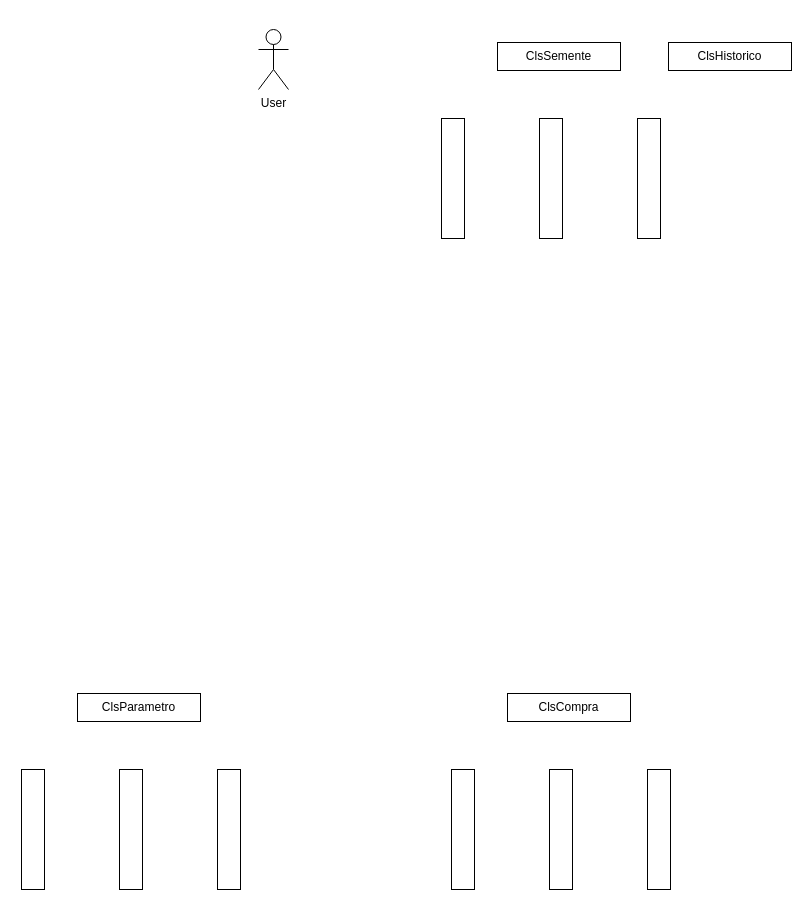
This is page "Página-6" (6 of 6) of Tarefa1.drawio from ZardsMK/Trabahlo-DrawIO, a draw.io file, before an edit. Source tidied: cells renumbered, new cells numbered last; positions are measured from the earlier drawing's top-left corner, leaving out a move shared by most shapes. Both pictures are drawn from the tidied source at 100%, with x=0, y=0 at pixel (21, 29).
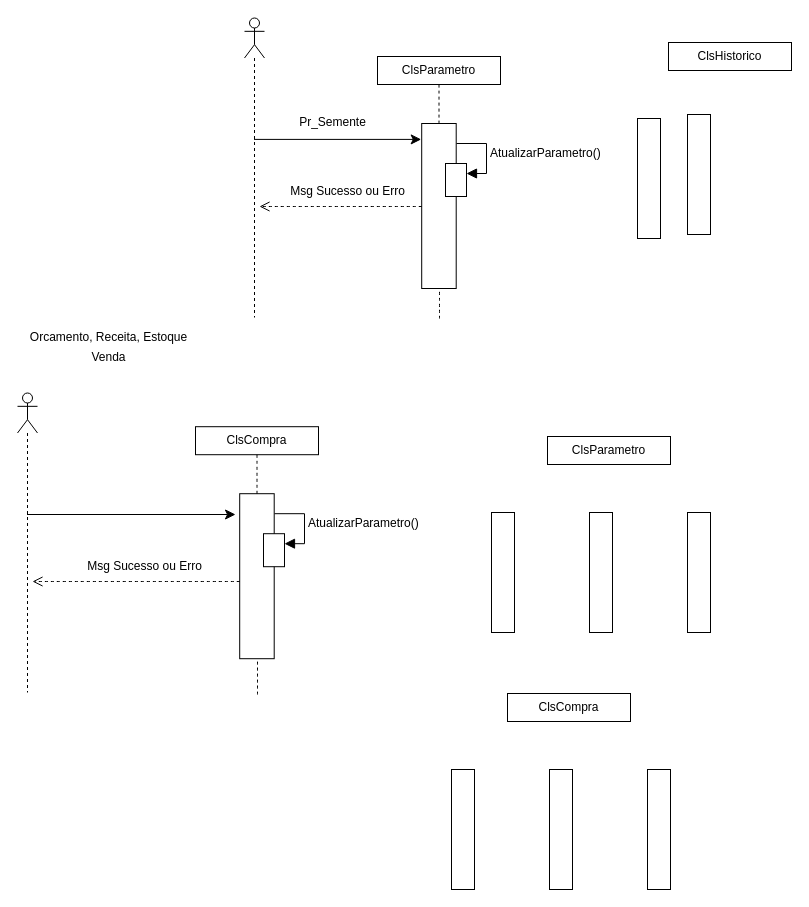
The same diagram, later.

The edit, as a diff of the source:
```diff
@@
-    <mxCell id="2" value="ClsSemente" style="html=1;whiteSpace=wrap;" parent="1" vertex="1">
-      <mxGeometry x="476" y="13" width="123" height="28" as="geometry" />
+    <mxCell id="2" value="ClsParametro" style="html=1;whiteSpace=wrap;" parent="1" vertex="1">
+      <mxGeometry x="356" y="27" width="123" height="28" as="geometry" />
     </mxCell>
     <mxCell id="3" style="html=1;points=[[0,0,0,0,5],[0,1,0,0,-5],[1,0,0,0,5],[1,1,0,0,-5]];perimeter=orthogonalPerimeter;outlineConnect=0;targetShapes=umlLifeline;portConstraint=eastwest;newEdgeStyle={&quot;curved&quot;:0,&quot;rounded&quot;:0};" parent="1" vertex="1">
-      <mxGeometry x="420" y="89" width="23" height="120" as="geometry" />
+      <mxGeometry x="400.2" y="94" width="34.5" height="165" as="geometry" />
     </mxCell>
     <mxCell id="4" style="html=1;perimeter=orthogonalPerimeter;targetShapes=umlLifeline;newEdgeStyle={&quot;curved&quot;:0,&quot;rounded&quot;:0};" parent="1" vertex="1">
-      <mxGeometry x="518" y="89" width="23" height="120" as="geometry" />
+      <mxGeometry x="666" y="85" width="23" height="120" as="geometry" />
     </mxCell>
@@
     <mxCell id="11" value="ClsParametro" style="html=1;whiteSpace=wrap;" parent="1" vertex="1">
-      <mxGeometry x="56" y="664" width="123" height="28" as="geometry" />
+      <mxGeometry x="526" y="407" width="123" height="28" as="geometry" />
     </mxCell>
     <mxCell id="12" style="html=1;perimeter=orthogonalPerimeter;targetShapes=umlLifeline;newEdgeStyle={&quot;curved&quot;:0,&quot;rounded&quot;:0};" parent="1" vertex="1">
-      <mxGeometry y="740" width="23" height="120" as="geometry" />
+      <mxGeometry x="470" y="483" width="23" height="120" as="geometry" />
     </mxCell>
     <mxCell id="13" style="html=1;perimeter=orthogonalPerimeter;targetShapes=umlLifeline;newEdgeStyle={&quot;curved&quot;:0,&quot;rounded&quot;:0};" parent="1" vertex="1">
-      <mxGeometry x="98" y="740" width="23" height="120" as="geometry" />
+      <mxGeometry x="568" y="483" width="23" height="120" as="geometry" />
     </mxCell>
     <mxCell id="14" style="html=1;perimeter=orthogonalPerimeter;targetShapes=umlLifeline;newEdgeStyle={&quot;curved&quot;:0,&quot;rounded&quot;:0};" parent="1" vertex="1">
-      <mxGeometry x="196" y="740" width="23" height="120" as="geometry" />
+      <mxGeometry x="666" y="483" width="23" height="120" as="geometry" />
     </mxCell>
-    <mxCell id="15" value="User" style="shape=umlActor;verticalLabelPosition=bottom;verticalAlign=top;html=1;" parent="1" vertex="1">
-      <mxGeometry x="237" width="30" height="60" as="geometry" />
-    </mxCell>
+    <mxCell id="16" style="edgeStyle=none;curved=0;rounded=0;jettySize=auto;html=1;fontSize=12;startSize=8;endSize=8;" parent="1" edge="1" source="17">
+      <mxGeometry relative="1" as="geometry">
+        <mxPoint x="399.7" y="109.9" as="targetPoint" />
+      </mxGeometry>
+    </mxCell>
+    <mxCell id="17" style="shape=umlLifeline;perimeter=lifelinePerimeter;whiteSpace=wrap;html=1;outlineConnect=0;portConstraint=eastwest;newEdgeStyle={&quot;curved&quot;:0,&quot;rounded&quot;:0};participant=umlActor;" parent="1" vertex="1">
+      <mxGeometry x="223" y="-11.5" width="20" height="299.5" as="geometry" />
+    </mxCell>
+    <mxCell id="18" style="html=1;points=[[0,0,0,0,5],[0,1,0,0,-5],[1,0,0,0,5],[1,1,0,0,-5]];perimeter=orthogonalPerimeter;outlineConnect=0;targetShapes=umlLifeline;portConstraint=eastwest;newEdgeStyle={&quot;curved&quot;:0,&quot;rounded&quot;:0};" parent="1" vertex="1">
+      <mxGeometry x="424" y="134" width="21" height="33" as="geometry" />
+    </mxCell>
+    <mxCell id="19" value="AtualizarParametro()" style="html=1;align=left;spacingLeft=2;endArrow=block;rounded=0;edgeStyle=orthogonalEdgeStyle;curved=0;rounded=0;fontSize=12;startSize=8;endSize=8;" parent="1" edge="1" target="18">
+      <mxGeometry relative="1" as="geometry">
+        <mxPoint x="435" y="114" as="sourcePoint" />
+        <Array as="points">
+          <mxPoint x="465" y="144" />
+        </Array>
+      </mxGeometry>
+    </mxCell>
+    <mxCell id="20" value="Msg Sucesso ou Erro" style="endArrow=open;startArrow=none;endFill=0;startFill=0;endSize=8;html=1;verticalAlign=bottom;dashed=1;labelBackgroundColor=none;rounded=0;fontSize=12;curved=1;" parent="1" edge="1" source="3">
+      <mxGeometry x="-0.07" y="-6" relative="1" as="geometry">
+        <mxPoint x="238" y="177" as="targetPoint" />
+        <mxPoint x="1" as="offset" />
+      </mxGeometry>
+    </mxCell>
+    <mxCell id="21" style="endArrow=none;dashed=1;html=1;rounded=0;fontSize=12;startSize=8;endSize=8;curved=1;" parent="1" edge="1" target="3">
+      <mxGeometry relative="1" as="geometry">
+        <mxPoint x="418" y="289" as="sourcePoint" />
+      </mxGeometry>
+    </mxCell>
+    <mxCell id="22" style="endArrow=none;dashed=1;html=1;rounded=0;fontSize=12;startSize=8;endSize=8;curved=1;entryX=0.5;entryY=1;entryDx=0;entryDy=0;" parent="1" edge="1" source="3" target="2">
+      <mxGeometry relative="1" as="geometry" />
+    </mxCell>
+    <mxCell id="23" value="&lt;font style=&quot;font-size: 12px;&quot;&gt;Pr_Semente&lt;/font&gt;" style="text;html=1;align=center;verticalAlign=middle;strokeColor=none;fillColor=none;fontSize=16;" parent="1" vertex="1">
+      <mxGeometry x="268" y="75" width="85" height="31" as="geometry" />
+    </mxCell>
+    <mxCell id="24" value="ClsCompra" style="html=1;whiteSpace=wrap;" parent="1" vertex="1">
+      <mxGeometry x="174" y="397.2" width="123" height="28" as="geometry" />
+    </mxCell>
+    <mxCell id="25" style="html=1;points=[[0,0,0,0,5],[0,1,0,0,-5],[1,0,0,0,5],[1,1,0,0,-5]];perimeter=orthogonalPerimeter;outlineConnect=0;targetShapes=umlLifeline;portConstraint=eastwest;newEdgeStyle={&quot;curved&quot;:0,&quot;rounded&quot;:0};" parent="1" vertex="1">
+      <mxGeometry x="218.2" y="464.2" width="34.5" height="165" as="geometry" />
+    </mxCell>
+    <mxCell id="26" style="edgeStyle=none;curved=0;rounded=0;jettySize=auto;html=1;fontSize=12;startSize=8;endSize=8;" parent="1" edge="1" source="27">
+      <mxGeometry relative="1" as="geometry">
+        <mxPoint x="214" y="485" as="targetPoint" />
+      </mxGeometry>
+    </mxCell>
+    <mxCell id="27" style="shape=umlLifeline;perimeter=lifelinePerimeter;whiteSpace=wrap;html=1;outlineConnect=0;portConstraint=eastwest;newEdgeStyle={&quot;curved&quot;:0,&quot;rounded&quot;:0};participant=umlActor;" parent="1" vertex="1">
+      <mxGeometry x="-4" y="363.5" width="20" height="299.5" as="geometry" />
+    </mxCell>
+    <mxCell id="28" style="html=1;points=[[0,0,0,0,5],[0,1,0,0,-5],[1,0,0,0,5],[1,1,0,0,-5]];perimeter=orthogonalPerimeter;outlineConnect=0;targetShapes=umlLifeline;portConstraint=eastwest;newEdgeStyle={&quot;curved&quot;:0,&quot;rounded&quot;:0};" parent="1" vertex="1">
+      <mxGeometry x="242" y="504.2" width="21" height="33" as="geometry" />
+    </mxCell>
+    <mxCell id="29" value="AtualizarParametro()" style="html=1;align=left;spacingLeft=2;endArrow=block;rounded=0;edgeStyle=orthogonalEdgeStyle;curved=0;rounded=0;fontSize=12;startSize=8;endSize=8;" parent="1" edge="1" target="28">
+      <mxGeometry relative="1" as="geometry">
+        <mxPoint x="253" y="484.2" as="sourcePoint" />
+        <Array as="points">
+          <mxPoint x="283" y="514.2" />
+        </Array>
+      </mxGeometry>
+    </mxCell>
+    <mxCell id="30" value="Msg Sucesso ou Erro" style="endArrow=open;startArrow=none;endFill=0;startFill=0;endSize=8;html=1;verticalAlign=bottom;dashed=1;labelBackgroundColor=none;rounded=0;fontSize=12;curved=1;" parent="1" edge="1" source="25">
+      <mxGeometry x="-0.07" y="-6" relative="1" as="geometry">
+        <mxPoint x="11" y="552" as="targetPoint" />
+        <mxPoint x="1" as="offset" />
+      </mxGeometry>
+    </mxCell>
+    <mxCell id="31" style="endArrow=none;dashed=1;html=1;rounded=0;fontSize=12;startSize=8;endSize=8;curved=1;" parent="1" edge="1" target="25">
+      <mxGeometry relative="1" as="geometry">
+        <mxPoint x="236" y="665" as="sourcePoint" />
+      </mxGeometry>
+    </mxCell>
+    <mxCell id="32" style="endArrow=none;dashed=1;html=1;rounded=0;fontSize=12;startSize=8;endSize=8;curved=1;entryX=0.5;entryY=1;entryDx=0;entryDy=0;" parent="1" edge="1" source="25" target="24">
+      <mxGeometry relative="1" as="geometry" />
+    </mxCell>
+    <mxCell id="33" value="&lt;span style=&quot;font-size: 12px;&quot;&gt;Orcamento, Receita, Estoque&lt;/span&gt;&lt;div&gt;&lt;span style=&quot;font-size: 12px;&quot;&gt;Venda&lt;/span&gt;&lt;/div&gt;" style="text;html=1;align=center;verticalAlign=middle;strokeColor=none;fillColor=none;fontSize=16;" parent="1" vertex="1">
+      <mxGeometry x="-1" y="291" width="175" height="50" as="geometry" />
+    </mxCell>
```
